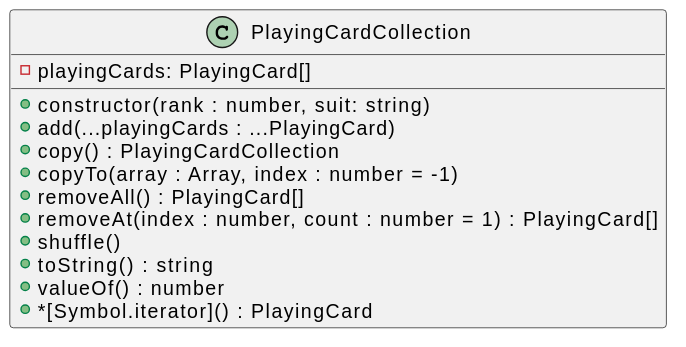
Above: .readme/challenging-playing-card-collection.svg in julianmorn/1DV025-1.11.2022-NY (PlantUML), before the change. Its diagram source:
```plantuml
@startuml
class PlayingCardCollection{
      -playingCards: PlayingCard[]
      +constructor(rank : number, suit: string)
      +add(...playingCards : ...PlayingCard)
      +copy() : PlayingCardCollection
      +copyTo(array : Array, index : number = -1)
      +removeAll() : PlayingCard[]
      +removeAt(index : number, count : number = 1) : PlayingCard[]
      +shuffle()
      +toString() : string
      +valueOf() : number
      +*[Symbol.iterator]() : PlayingCard
  }
@enduml
```
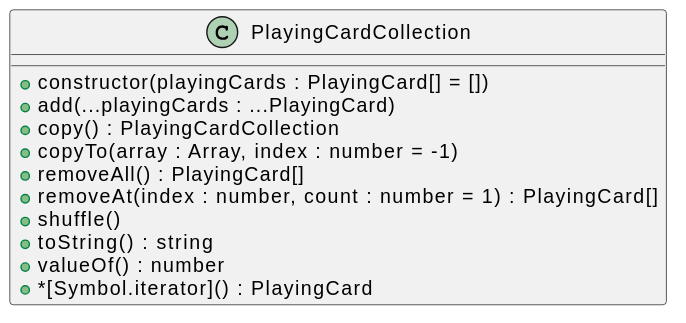
The same file after the commit.

The edit, as a diff of the source:
```diff
@@ -1,7 +1,6 @@
 @startuml
 class PlayingCardCollection{
-      -playingCards: PlayingCard[]
-      +constructor(rank : number, suit: string)
+      +constructor(playingCards : PlayingCard[] = [])
       +add(...playingCards : ...PlayingCard)
       +copy() : PlayingCardCollection
       +copyTo(array : Array, index : number = -1)
```
